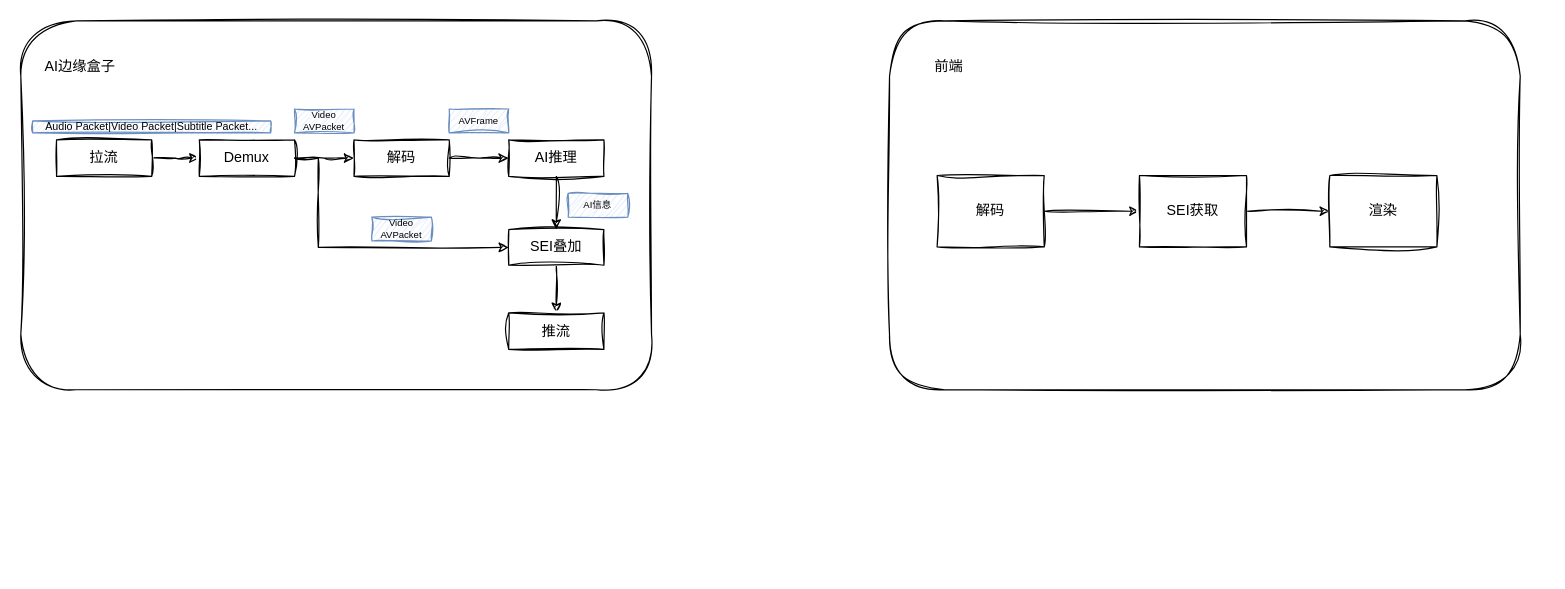
Earlier version of the draw.io diagram 基于SEI的前端渲染技术方案.drawio (mailliw2010/i-800). Source tidied: cells renumbered, new cells numbered last; positions are measured from the earlier drawing's top-left corner, leaving out a move shared by most shapes. Both pictures are drawn from the tidied source at 119%, with x=0, y=0 at pixel (20, 20).
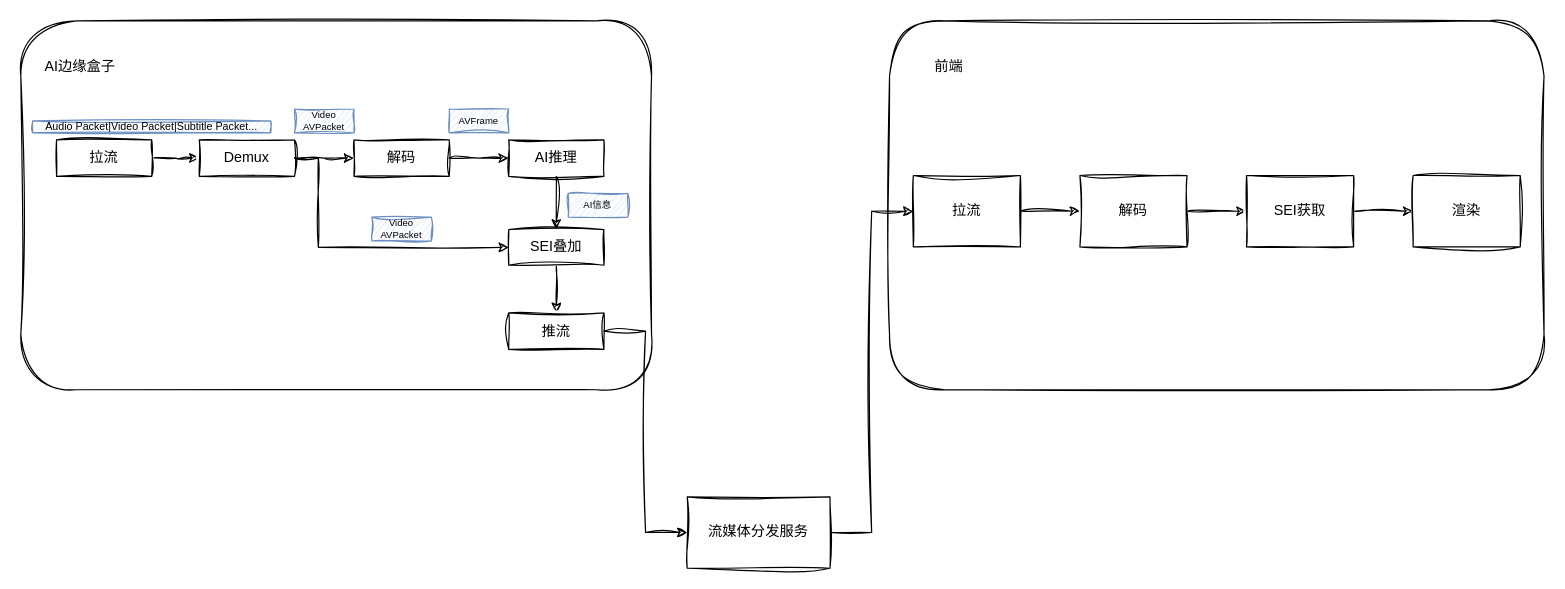
Above is the later version.

Commit message (it also covers changes not shown here):
更新基于SEI的前端渲染技术方案.drawio

Unchanged cells that the change refers to:
```xml
<mxCell id="24" value="推流" style="rounded=0;whiteSpace=wrap;html=1;sketch=1;curveFitting=1;jiggle=2;" parent="10" vertex="1">
  <mxGeometry x="410" y="245.4" width="80" height="30.7" as="geometry" />
</mxCell>
```

Change to the diagram source:
```diff
@@
     <mxCell id="2" style="group;sketch=1;curveFitting=1;jiggle=2;" parent="1" vertex="1">
-      <mxGeometry x="730" width="530" height="310" as="geometry" />
+      <mxGeometry x="730" width="550" height="310" as="geometry" />
     </mxCell>
     <mxCell id="3" style="rounded=1;whiteSpace=wrap;html=1;sketch=1;curveFitting=1;jiggle=2;" parent="2" vertex="1">
-      <mxGeometry width="530" height="310" as="geometry" />
+      <mxGeometry width="550" height="310" as="geometry" />
     </mxCell>
@@
     <mxCell id="6" value="解码" style="rounded=0;whiteSpace=wrap;html=1;sketch=1;curveFitting=1;jiggle=2;" parent="2" vertex="1">
-      <mxGeometry x="40" y="130" width="90" height="60" as="geometry" />
+      <mxGeometry x="160" y="130" width="90" height="60" as="geometry" />
     </mxCell>
@@
     <mxCell id="8" value="SEI获取" style="rounded=0;whiteSpace=wrap;html=1;sketch=1;curveFitting=1;jiggle=2;" parent="2" vertex="1">
-      <mxGeometry x="210" y="130" width="90" height="60" as="geometry" />
+      <mxGeometry x="300" y="130" width="90" height="60" as="geometry" />
     </mxCell>
     <mxCell id="9" value="渲染" style="rounded=0;whiteSpace=wrap;html=1;sketch=1;curveFitting=1;jiggle=2;" parent="2" vertex="1">
-      <mxGeometry x="370" y="130" width="90" height="60" as="geometry" />
+      <mxGeometry x="440" y="130" width="90" height="60" as="geometry" />
     </mxCell>
+    <mxCell id="30" style="edgeStyle=orthogonalEdgeStyle;rounded=0;sketch=1;hachureGap=4;jiggle=2;curveFitting=1;jettySize=auto;html=1;entryX=0;entryY=0.5;entryDx=0;entryDy=0;fontFamily=Architects Daughter;" parent="2" edge="1" source="31" target="6">
+      <mxGeometry relative="1" as="geometry" />
+    </mxCell>
+    <mxCell id="31" value="拉流" style="rounded=0;whiteSpace=wrap;html=1;sketch=1;curveFitting=1;jiggle=2;" parent="2" vertex="1">
+      <mxGeometry x="20" y="130" width="90" height="60" as="geometry" />
+    </mxCell>
@@
+    <mxCell id="32" style="edgeStyle=orthogonalEdgeStyle;rounded=0;sketch=1;hachureGap=4;jiggle=2;curveFitting=1;jettySize=auto;html=1;fontFamily=Architects Daughter;entryX=0;entryY=0.5;entryDx=0;entryDy=0;" parent="1" edge="1" source="33" target="31">
+      <mxGeometry relative="1" as="geometry" />
+    </mxCell>
+    <mxCell id="33" value="流媒体分发服务" style="rounded=0;whiteSpace=wrap;html=1;sketch=1;hachureGap=4;jiggle=2;curveFitting=1;fontFamily=Architects Daughter;" parent="1" vertex="1">
+      <mxGeometry x="560" y="400" width="120" height="60" as="geometry" />
+    </mxCell>
+    <mxCell id="34" style="edgeStyle=orthogonalEdgeStyle;rounded=0;sketch=1;hachureGap=4;jiggle=2;curveFitting=1;jettySize=auto;html=1;entryX=0;entryY=0.5;entryDx=0;entryDy=0;fontFamily=Architects Daughter;" parent="1" edge="1" source="24" target="33">
+      <mxGeometry relative="1" as="geometry" />
+    </mxCell>
```
